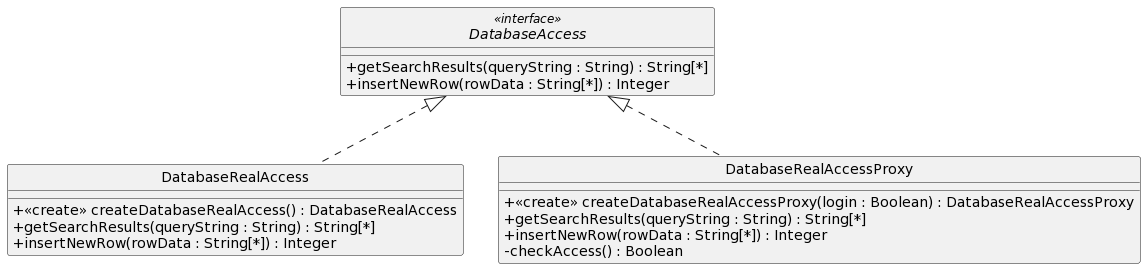
This is ejercicio_13/DIAGRAMAUMLEJE13.png from leandro230599/Orientacion-a-Objetos-2-UNLP-2023, a PlantUML export, as it was before one commit.
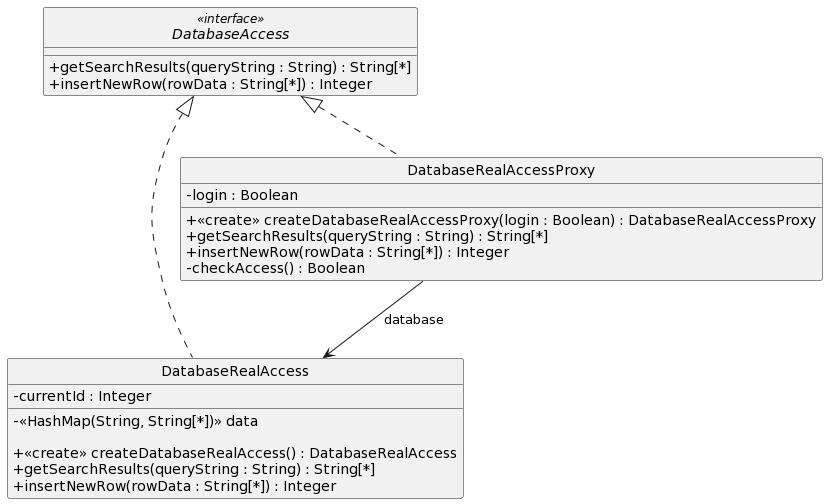
After the change.

What changed in the source:
```diff
@@ -7,17 +7,23 @@
 }
 
 class DatabaseRealAccess implements DatabaseAccess {
+  -currentId : Integer
+  -<<HashMap(String, String[*])>> data
+
   +<<create>> createDatabaseRealAccess() : DatabaseRealAccess
   +getSearchResults(queryString : String) : String[*]
   +insertNewRow(rowData : String[*]) : Integer
 }
 
 class DatabaseRealAccessProxy implements DatabaseAccess {
+  -login : Boolean
+
   +<<create>> createDatabaseRealAccessProxy(login : Boolean) : DatabaseRealAccessProxy
   +getSearchResults(queryString : String) : String[*]
   +insertNewRow(rowData : String[*]) : Integer
   -checkAccess() : Boolean
 }
 
+DatabaseRealAccessProxy --> DatabaseRealAccess : database
 hide circle
 @enduml
```
